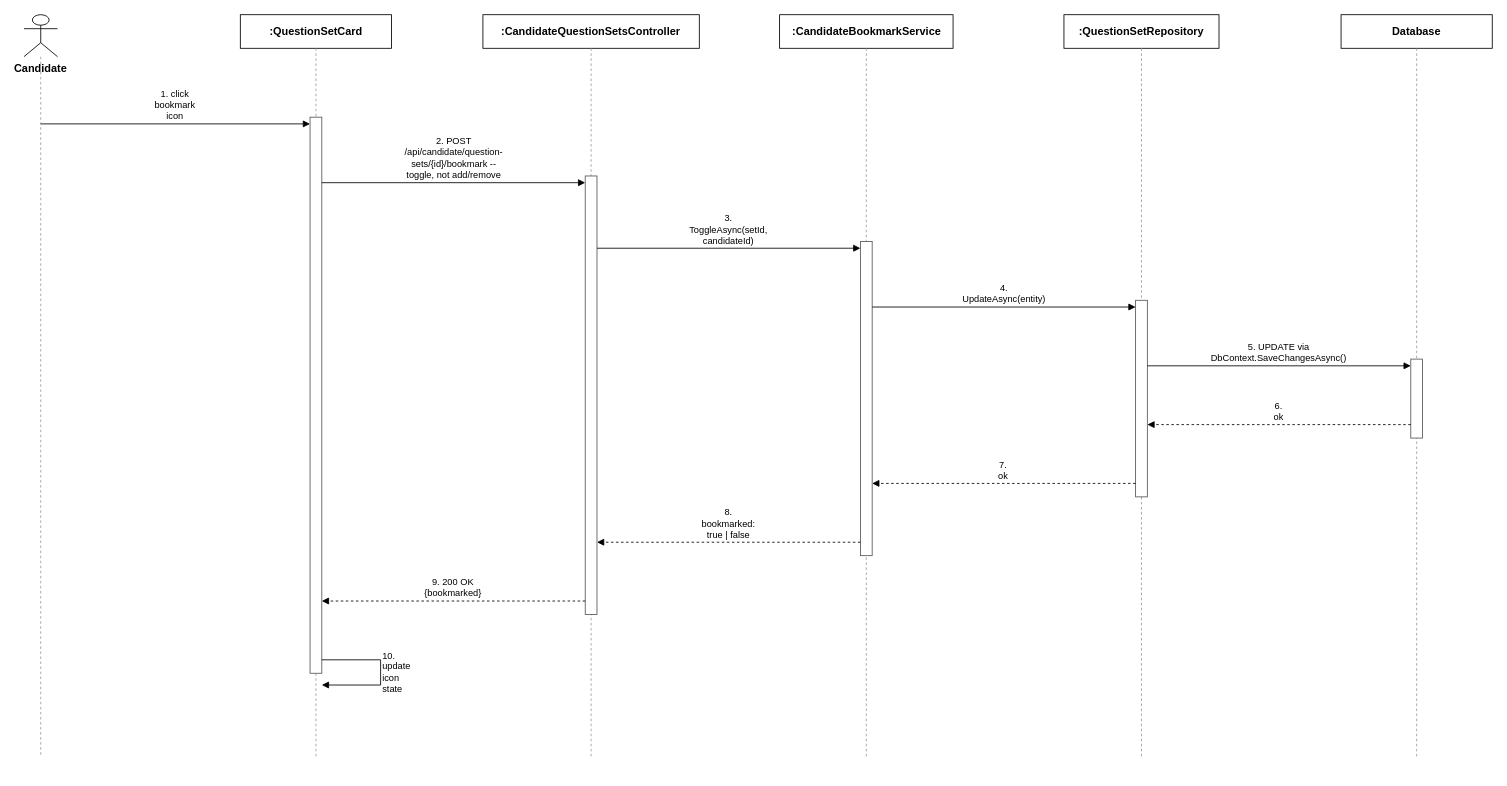
Before: docs/qa/Tu_SequenceDiagram/Report4_SequenceDiagram_Bookmark_or_Unbookmark_Question_Set.drawio in tulklk/AI_Interview_Question_Generation_RAG_LLM_FE, a draw.io diagram. Source tidied: cells renumbered, new cells numbered last; positions are measured from the earlier drawing's top-left corner, leaving out a move shared by most shapes. Both pictures are drawn from the tidied source at 84%, with x=0, y=0 at pixel (24, 14).
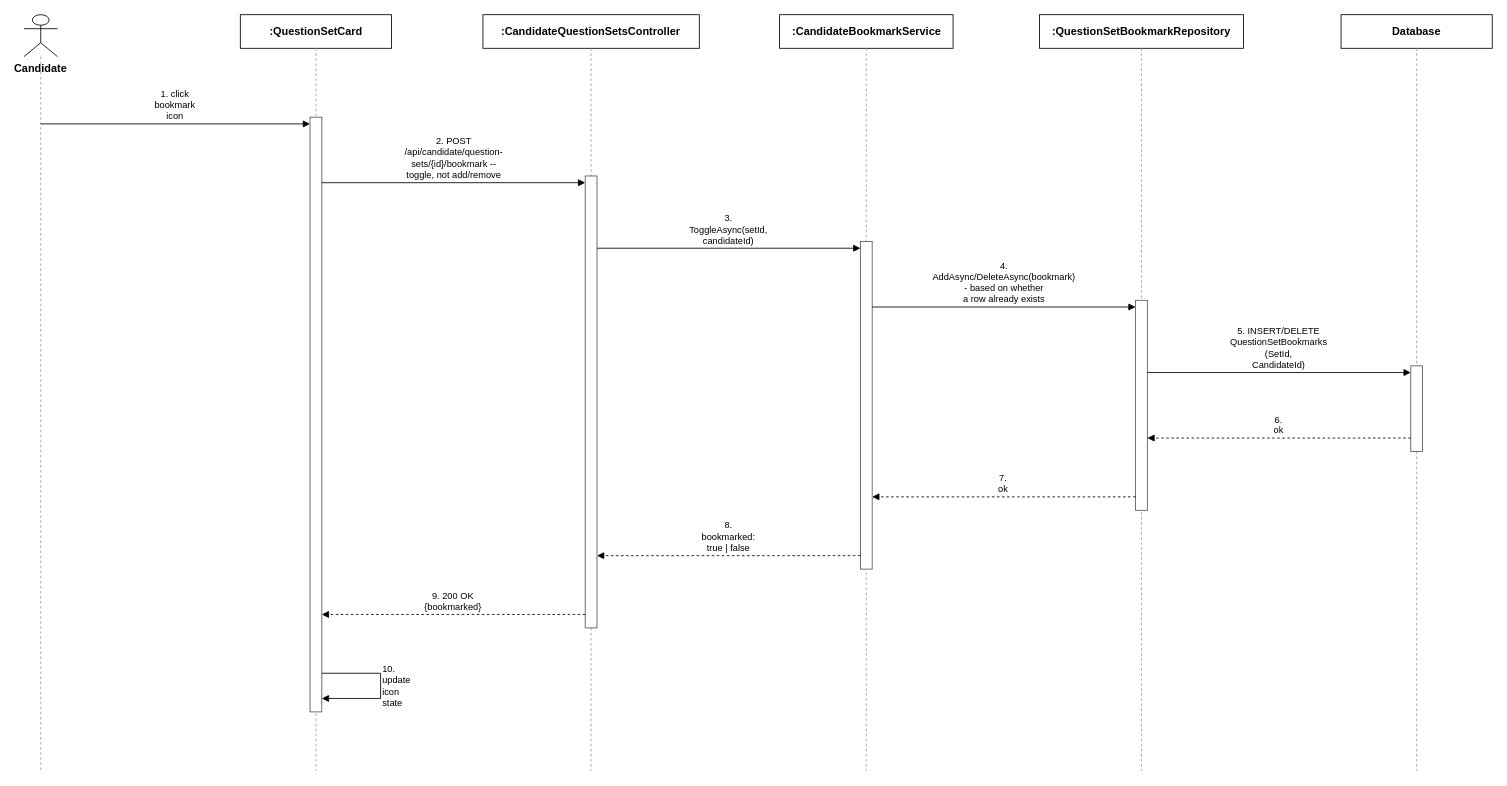
After the change.

Change to the diagram source:
```diff
@@
     <mxCell id="3" style="endArrow=none;dashed=1;html=1;strokeColor=#999999;" parent="1" edge="1">
       <mxGeometry relative="1" as="geometry">
         <mxPoint x="20" y="50" as="sourcePoint" />
-        <mxPoint x="20" y="884" as="targetPoint" />
+        <mxPoint x="20" y="900" as="targetPoint" />
       </mxGeometry>
     </mxCell>
@@
     <mxCell id="5" style="endArrow=none;dashed=1;html=1;strokeColor=#999999;" parent="1" edge="1">
       <mxGeometry relative="1" as="geometry">
         <mxPoint x="347.6" y="40" as="sourcePoint" />
-        <mxPoint x="347.6" y="884" as="targetPoint" />
+        <mxPoint x="347.6" y="900" as="targetPoint" />
       </mxGeometry>
     </mxCell>
@@
     <mxCell id="7" style="endArrow=none;dashed=1;html=1;strokeColor=#999999;" parent="1" edge="1">
       <mxGeometry relative="1" as="geometry">
         <mxPoint x="675.2" y="40" as="sourcePoint" />
-        <mxPoint x="675.2" y="884" as="targetPoint" />
+        <mxPoint x="675.2" y="900" as="targetPoint" />
       </mxGeometry>
     </mxCell>
@@
     <mxCell id="9" style="endArrow=none;dashed=1;html=1;strokeColor=#999999;" parent="1" edge="1">
       <mxGeometry relative="1" as="geometry">
         <mxPoint x="1002.8" y="40" as="sourcePoint" />
-        <mxPoint x="1002.8" y="884" as="targetPoint" />
+        <mxPoint x="1002.8" y="900" as="targetPoint" />
       </mxGeometry>
     </mxCell>
-    <mxCell id="10" value=":QuestionSetRepository" style="rounded=0;whiteSpace=wrap;html=1;fontSize=13;fillColor=#ffffff;strokeColor=#000000;fontStyle=1;" parent="1" vertex="1">
-      <mxGeometry x="1238.1" width="184.6" height="40" as="geometry" />
+    <mxCell id="10" value=":QuestionSetBookmarkRepository" style="rounded=0;whiteSpace=wrap;html=1;fontSize=13;fillColor=#ffffff;strokeColor=#000000;fontStyle=1;" parent="1" vertex="1">
+      <mxGeometry x="1208.9" width="243" height="40" as="geometry" />
     </mxCell>
     <mxCell id="11" style="endArrow=none;dashed=1;html=1;strokeColor=#999999;" parent="1" edge="1">
       <mxGeometry relative="1" as="geometry">
         <mxPoint x="1330.4" y="40" as="sourcePoint" />
-        <mxPoint x="1330.4" y="884" as="targetPoint" />
+        <mxPoint x="1330.4" y="900" as="targetPoint" />
       </mxGeometry>
     </mxCell>
@@
     <mxCell id="13" style="endArrow=none;dashed=1;html=1;strokeColor=#999999;" parent="1" edge="1">
       <mxGeometry relative="1" as="geometry">
         <mxPoint x="1658" y="40" as="sourcePoint" />
-        <mxPoint x="1658" y="884" as="targetPoint" />
+        <mxPoint x="1658" y="900" as="targetPoint" />
       </mxGeometry>
     </mxCell>
     <mxCell id="14" style="rounded=0;whiteSpace=wrap;html=1;fillColor=#ffffff;strokeColor=#555555;" parent="1" vertex="1">
-      <mxGeometry x="340.6" y="122" width="14" height="662" as="geometry" />
+      <mxGeometry x="340.6" y="122" width="14" height="708" as="geometry" />
     </mxCell>
     <mxCell id="15" style="rounded=0;whiteSpace=wrap;html=1;fillColor=#ffffff;strokeColor=#555555;" parent="1" vertex="1">
-      <mxGeometry x="668.2" y="192" width="14" height="522" as="geometry" />
+      <mxGeometry x="668.2" y="192" width="14" height="538" as="geometry" />
     </mxCell>
     <mxCell id="16" style="rounded=0;whiteSpace=wrap;html=1;fillColor=#ffffff;strokeColor=#555555;" parent="1" vertex="1">
-      <mxGeometry x="995.8" y="270" width="14" height="374" as="geometry" />
+      <mxGeometry x="995.8" y="270" width="14" height="390" as="geometry" />
     </mxCell>
     <mxCell id="17" style="rounded=0;whiteSpace=wrap;html=1;fillColor=#ffffff;strokeColor=#555555;" parent="1" vertex="1">
-      <mxGeometry x="1323.4" y="340" width="14" height="234" as="geometry" />
+      <mxGeometry x="1323.4" y="340" width="14" height="250" as="geometry" />
     </mxCell>
     <mxCell id="18" style="rounded=0;whiteSpace=wrap;html=1;fillColor=#ffffff;strokeColor=#555555;" parent="1" vertex="1">
-      <mxGeometry x="1651" y="410" width="14" height="94" as="geometry" />
+      <mxGeometry x="1651" y="418" width="14" height="102" as="geometry" />
     </mxCell>
@@
-    <mxCell id="22" value="4. UpdateAsync(entity)" style="endArrow=block;endFill=1;html=1;whiteSpace=wrap;fontSize=11;align=center;verticalAlign=bottom;labelBackgroundColor=#ffffff;strokeColor=#000000;" parent="1" edge="1">
+    <mxCell id="22" value="4. AddAsync/DeleteAsync(bookmark) - based on whether&lt;br&gt;a row already exists" style="endArrow=block;endFill=1;html=1;whiteSpace=wrap;fontSize=11;align=center;verticalAlign=bottom;labelBackgroundColor=#ffffff;strokeColor=#000000;" parent="1" edge="1">
       <mxGeometry relative="1" as="geometry">
         <mxPoint x="1009.8" y="348" as="sourcePoint" />
         <mxPoint x="1323.4" y="348" as="targetPoint" />
       </mxGeometry>
     </mxCell>
-    <mxCell id="23" value="5. UPDATE via DbContext.SaveChangesAsync()" style="endArrow=block;endFill=1;html=1;whiteSpace=wrap;fontSize=11;align=center;verticalAlign=bottom;labelBackgroundColor=#ffffff;strokeColor=#000000;" parent="1" edge="1">
+    <mxCell id="23" value="5. INSERT/DELETE QuestionSetBookmarks (SetId,&lt;br&gt;CandidateId)" style="endArrow=block;endFill=1;html=1;whiteSpace=wrap;fontSize=11;align=center;verticalAlign=bottom;labelBackgroundColor=#ffffff;strokeColor=#000000;" parent="1" edge="1">
       <mxGeometry relative="1" as="geometry">
-        <mxPoint x="1337.4" y="418" as="sourcePoint" />
-        <mxPoint x="1651" y="418" as="targetPoint" />
+        <mxPoint x="1337.4" y="426" as="sourcePoint" />
+        <mxPoint x="1651" y="426" as="targetPoint" />
       </mxGeometry>
     </mxCell>
     <mxCell id="24" value="6. ok" style="endArrow=block;endFill=1;html=1;whiteSpace=wrap;dashed=1;fontSize=11;align=center;verticalAlign=bottom;labelBackgroundColor=#ffffff;strokeColor=#000000;" parent="1" edge="1">
       <mxGeometry relative="1" as="geometry">
-        <mxPoint x="1651" y="488" as="sourcePoint" />
-        <mxPoint x="1337.4" y="488" as="targetPoint" />
+        <mxPoint x="1651" y="504" as="sourcePoint" />
+        <mxPoint x="1337.4" y="504" as="targetPoint" />
       </mxGeometry>
     </mxCell>
     <mxCell id="25" value="7. ok" style="endArrow=block;endFill=1;html=1;whiteSpace=wrap;dashed=1;fontSize=11;align=center;verticalAlign=bottom;labelBackgroundColor=#ffffff;strokeColor=#000000;" parent="1" edge="1">
       <mxGeometry relative="1" as="geometry">
-        <mxPoint x="1323.4" y="558" as="sourcePoint" />
-        <mxPoint x="1009.8" y="558" as="targetPoint" />
+        <mxPoint x="1323.4" y="574" as="sourcePoint" />
+        <mxPoint x="1009.8" y="574" as="targetPoint" />
       </mxGeometry>
     </mxCell>
     <mxCell id="26" value="8. bookmarked: true | false" style="endArrow=block;endFill=1;html=1;whiteSpace=wrap;dashed=1;fontSize=11;align=center;verticalAlign=bottom;labelBackgroundColor=#ffffff;strokeColor=#000000;" parent="1" edge="1">
       <mxGeometry relative="1" as="geometry">
-        <mxPoint x="995.8" y="628" as="sourcePoint" />
-        <mxPoint x="682.2" y="628" as="targetPoint" />
+        <mxPoint x="995.8" y="644" as="sourcePoint" />
+        <mxPoint x="682.2" y="644" as="targetPoint" />
       </mxGeometry>
     </mxCell>
     <mxCell id="27" value="9. 200 OK {bookmarked}" style="endArrow=block;endFill=1;html=1;whiteSpace=wrap;dashed=1;fontSize=11;align=center;verticalAlign=bottom;labelBackgroundColor=#ffffff;strokeColor=#000000;" parent="1" edge="1">
       <mxGeometry relative="1" as="geometry">
-        <mxPoint x="668.2" y="698" as="sourcePoint" />
-        <mxPoint x="354.6" y="698" as="targetPoint" />
+        <mxPoint x="668.2" y="714" as="sourcePoint" />
+        <mxPoint x="354.6" y="714" as="targetPoint" />
       </mxGeometry>
     </mxCell>
     <mxCell id="28" value="10. update icon state" style="endArrow=block;endFill=1;html=1;whiteSpace=wrap;fontSize=11;align=left;verticalAlign=middle;labelBackgroundColor=#ffffff;rounded=0;strokeColor=#000000;" parent="1" edge="1">
       <mxGeometry relative="1" as="geometry">
-        <mxPoint x="354.6" y="768" as="sourcePoint" />
-        <mxPoint x="354.6" y="798" as="targetPoint" />
+        <mxPoint x="354.6" y="784" as="sourcePoint" />
+        <mxPoint x="354.6" y="814" as="targetPoint" />
         <Array as="points">
-          <mxPoint x="424.6" y="768" />
-          <mxPoint x="424.6" y="798" />
+          <mxPoint x="424.6" y="784" />
+          <mxPoint x="424.6" y="814" />
         </Array>
       </mxGeometry>
     </mxCell>
```
